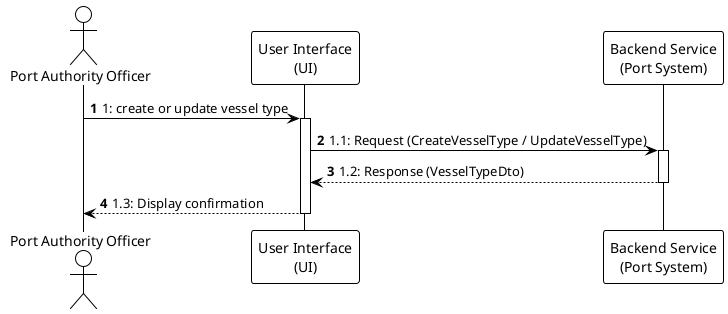
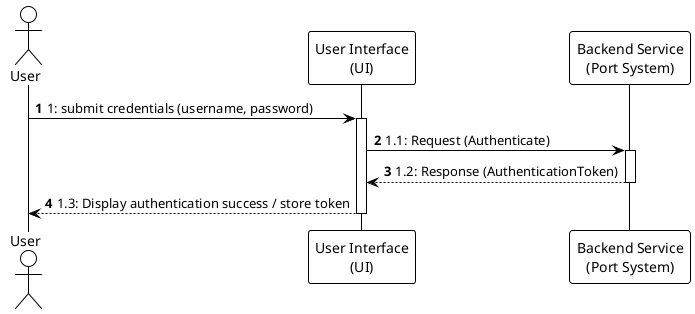
@startuml
!theme plain
autonumber

- actor "Port Authority Officer" as Officer
+ actor "User" as User
participant "User Interface\n(UI)" as UI
participant "Backend Service\n(Port System)" as Backend

- Officer -> UI : 1: create or update vessel type
+ User -> UI : 1: submit credentials (username, password)
activate UI
- UI -> Backend : 1.1: Request (CreateVesselType / UpdateVesselType)
+ UI -> Backend : 1.1: Request (Authenticate)
activate Backend
- Backend --> UI : 1.2: Response (VesselTypeDto)
+ Backend --> UI : 1.2: Response (AuthenticationToken)
deactivate Backend
- UI --> Officer : 1.3: Display confirmation
+ UI --> User : 1.3: Display authentication success / store token
deactivate UI

- @enduml+ @enduml
